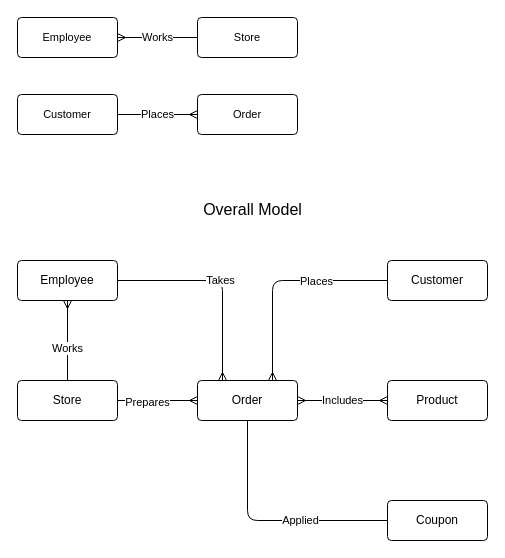
This is page "Conceptual Model" (1 of 5) of PizzaDB/DatabaseDiagram.drawio from kwenzel1/EssentialSQLSamples, a draw.io file, before an edit. Source tidied: cells renumbered, new cells numbered last; positions are measured from the earlier drawing's top-left corner, leaving out a move shared by most shapes. Both pictures are drawn from the tidied source at 100%, with x=0, y=0 at pixel (17, 17).
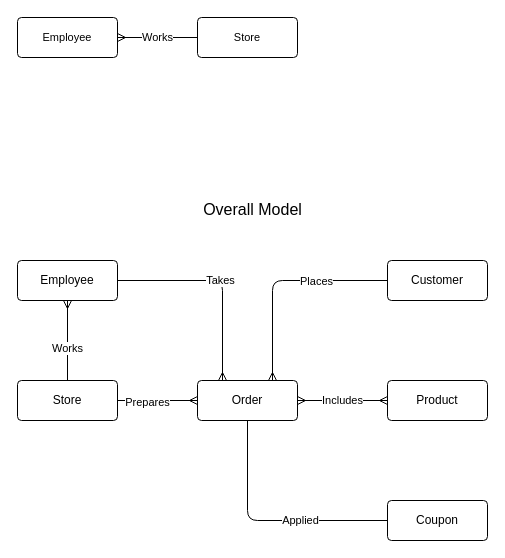
After the change.

Diff of the diagram source:
```diff
@@
-    <mxCell id="23" value="Places" style="edgeStyle=orthogonalEdgeStyle;html=1;fontSize=11;startArrow=ERmany;startFill=0;endArrow=none;endFill=0;entryX=1;entryY=0.5;entryDx=0;entryDy=0;exitX=0;exitY=0.5;exitDx=0;exitDy=0;" parent="1" edge="1" source="25" target="24">
-      <mxGeometry relative="1" as="geometry" />
-    </mxCell>
-    <mxCell id="24" value="Customer" style="rounded=1;arcSize=10;whiteSpace=wrap;html=1;align=center;fontSize=11;" parent="1" vertex="1">
-      <mxGeometry y="77" width="100" height="40" as="geometry" />
-    </mxCell>
-    <mxCell id="25" value="Order" style="rounded=1;arcSize=10;whiteSpace=wrap;html=1;align=center;fontSize=11;" parent="1" vertex="1">
-      <mxGeometry x="180" y="77" width="100" height="40" as="geometry" />
-    </mxCell>
```
